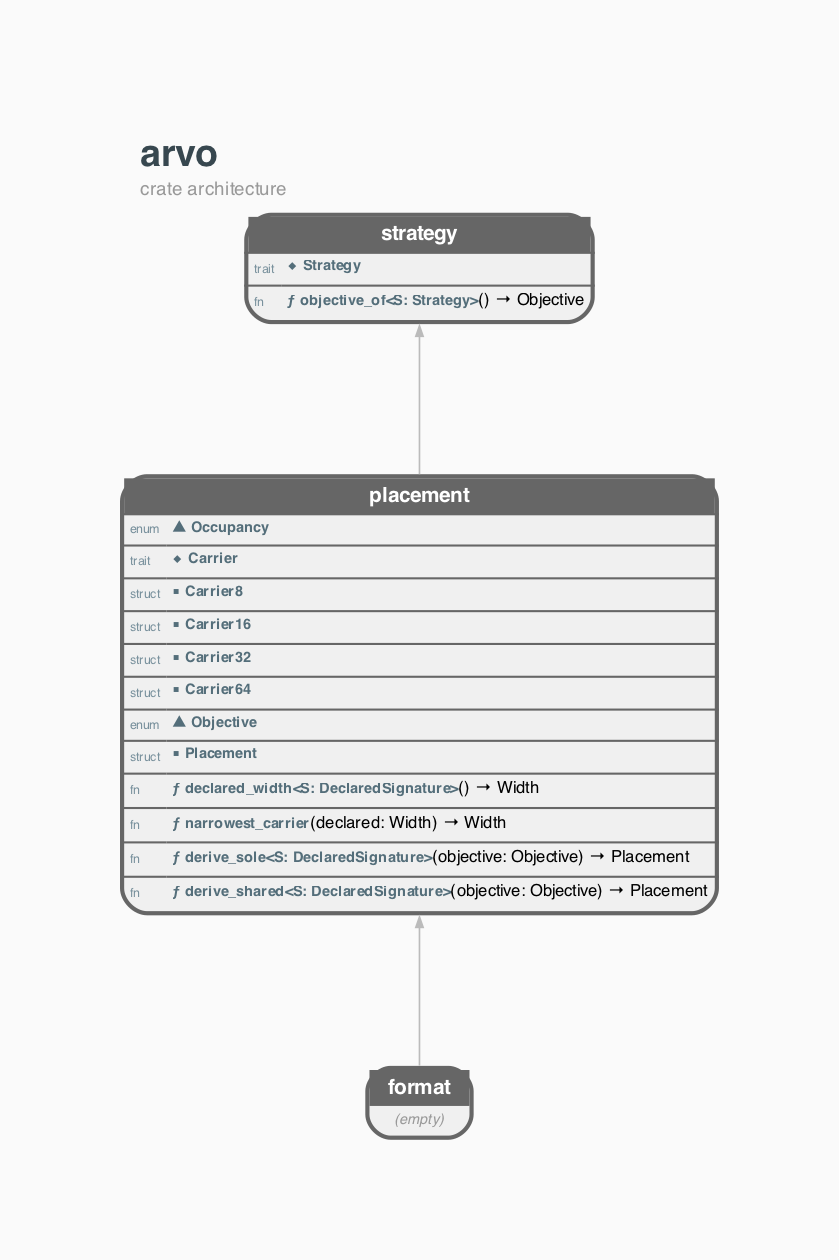
Earlier version of the Graphviz export docs/STRUCTURE.GRAPH.png (orgrinrt/arvo). Its source is kept beside it as docs/STRUCTURE.GRAPH.dot.
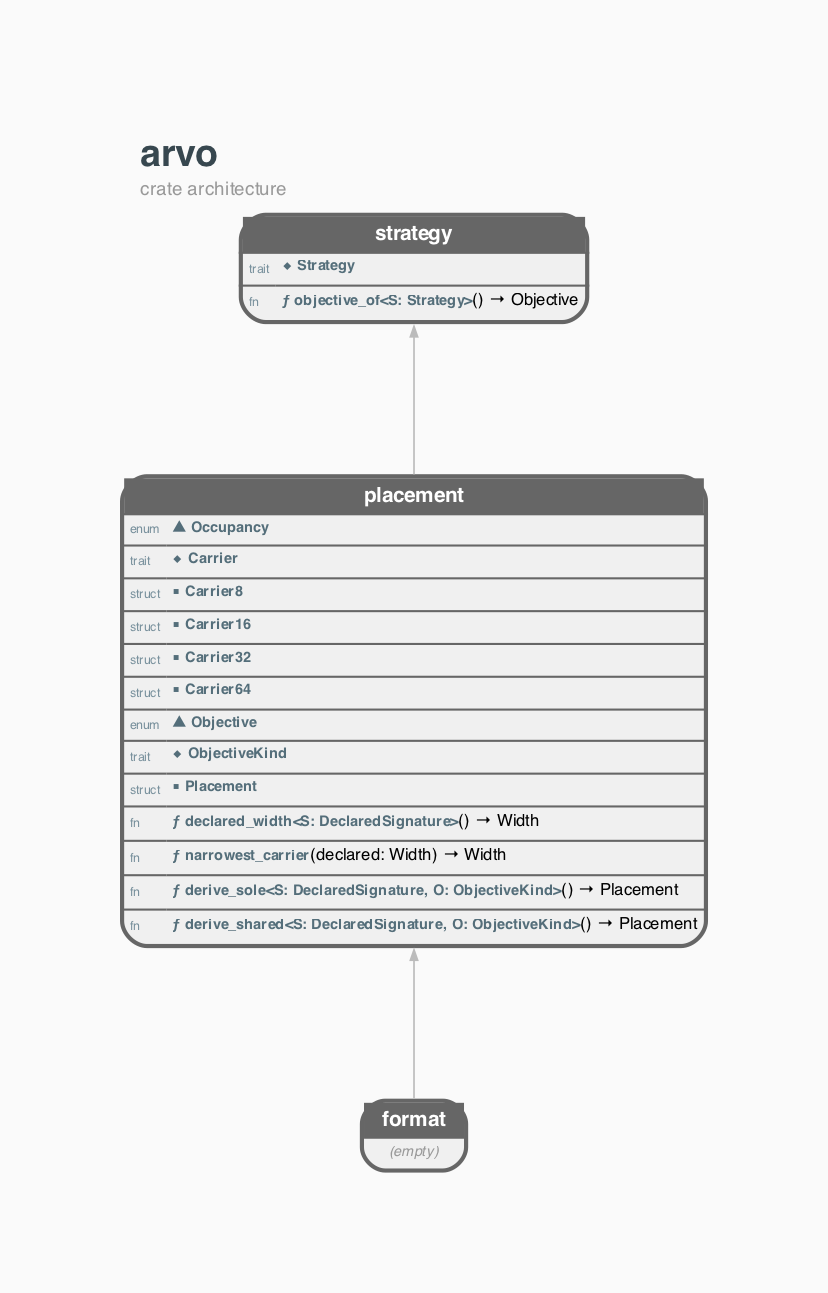
Later version of the same file.

What changed in the source:
```diff
@@ -12,7 +12,7 @@
     label=<<TABLE BORDER="0" CELLBORDER="0" CELLSPACING="0"><TR><TD ALIGN="LEFT"><FONT POINT-SIZE="18" COLOR="#37474F"><B>arvo</B></FONT></TD></TR><TR><TD ALIGN="LEFT"><FONT POINT-SIZE="9" COLOR="#999999">crate architecture</FONT></TD></TR></TABLE>>;
 
     arvo_format [shape=none, margin=0, label=<<TABLE BORDER="2" CELLBORDER="0" CELLSPACING="0" CELLPADDING="3" BGCOLOR="#F0F0F0" COLOR="#666666" STYLE="ROUNDED"><TR><TD COLSPAN="2" BGCOLOR="#666666" ALIGN="CENTER"><FONT COLOR="white" POINT-SIZE="10"><B>  format  </B></FONT></TD></TR><TR><TD COLSPAN="2"><FONT COLOR="#999999" POINT-SIZE="7"><I>(empty)</I></FONT></TD></TR></TABLE>>];
-    arvo_placement [shape=none, margin=0, label=<<TABLE BORDER="2" CELLBORDER="0" CELLSPACING="0" CELLPADDING="3" BGCOLOR="#F0F0F0" COLOR="#666666" STYLE="ROUNDED"><TR><TD COLSPAN="2" BGCOLOR="#666666" ALIGN="CENTER"><FONT COLOR="white" POINT-SIZE="10"><B>  placement  </B></FONT></TD></TR><HR/><TR><TD ALIGN="LEFT"><FONT COLOR="#78909C" POINT-SIZE="6">enum</FONT></TD><TD ALIGN="LEFT" PORT="p_Occupancy"><FONT COLOR="#546E7A" POINT-SIZE="7"><B>▲ Occupancy</B></FONT></TD></TR><HR/><TR><TD ALIGN="LEFT"><FONT COLOR="#78909C" POINT-SIZE="6">trait</FONT></TD><TD ALIGN="LEFT" PORT="p_Carrier"><FONT COLOR="#546E7A" POINT-SIZE="7"><B>◆ Carrier</B></FONT></TD></TR><HR/><TR><TD ALIGN="LEFT"><FONT COLOR="#78909C" POINT-SIZE="6">struct</FONT></TD><TD ALIGN="LEFT" PORT="p_Carrier8"><FONT COLOR="#546E7A" POINT-SIZE="7"><B>■ Carrier8</B></FONT></TD></TR><HR/><TR><TD ALIGN="LEFT"><FONT COLOR="#78909C" POINT-SIZE="6">struct</FONT></TD><TD ALIGN="LEFT" PORT="p_Carrier16"><FONT COLOR="#546E7A" POINT-SIZE="7"><B>■ Carrier16</B></FONT></TD></TR><HR/><TR><TD ALIGN="LEFT"><FONT COLOR="#78909C" POINT-SIZE="6">struct</FONT></TD><TD ALIGN="LEFT" PORT="p_Carrier32"><FONT COLOR="#546E7A" POINT-SIZE="7"><B>■ Carrier32</B></FONT></TD></TR><HR/><TR><TD ALIGN="LEFT"><FONT COLOR="#78909C" POINT-SIZE="6">struct</FONT></TD><TD ALIGN="LEFT" PORT="p_Carrier64"><FONT COLOR="#546E7A" POINT-SIZE="7"><B>■ Carrier64</B></FONT></TD></TR><HR/><TR><TD ALIGN="LEFT"><FONT COLOR="#78909C" POINT-SIZE="6">enum</FONT></TD><TD ALIGN="LEFT" PORT="p_Objective"><FONT COLOR="#546E7A" POINT-SIZE="7"><B>▲ Objective</B></FONT></TD></TR><HR/><TR><TD ALIGN="LEFT"><FONT COLOR="#78909C" POINT-SIZE="6">struct</FONT></TD><TD ALIGN="LEFT" PORT="p_Placement"><FONT COLOR="#546E7A" POINT-SIZE="7"><B>■ Placement</B></FONT></TD></TR><HR/><TR><TD ALIGN="LEFT"><FONT COLOR="#78909C" POINT-SIZE="6">fn</FONT></TD><TD ALIGN="LEFT" PORT="p_declared_width"><FONT COLOR="#546E7A" POINT-SIZE="7"><B>ƒ declared_width&lt;S: DeclaredSignature&gt;</B></FONT>() → Width</TD></TR><HR/><TR><TD ALIGN="LEFT"><FONT COLOR="#78909C" POINT-SIZE="6">fn</FONT></TD><TD ALIGN="LEFT" PORT="p_narrowest_carrier"><FONT COLOR="#546E7A" POINT-SIZE="7"><B>ƒ narrowest_carrier</B></FONT>(declared: Width) → Width</TD></TR><HR/><TR><TD ALIGN="LEFT"><FONT COLOR="#78909C" POINT-SIZE="6">fn</FONT></TD><TD ALIGN="LEFT" PORT="p_derive_sole"><FONT COLOR="#546E7A" POINT-SIZE="7"><B>ƒ derive_sole&lt;S: DeclaredSignature&gt;</B></FONT>(objective: Objective) → Placement</TD></TR><HR/><TR><TD ALIGN="LEFT"><FONT COLOR="#78909C" POINT-SIZE="6">fn</FONT></TD><TD ALIGN="LEFT" PORT="p_derive_shared"><FONT COLOR="#546E7A" POINT-SIZE="7"><B>ƒ derive_shared&lt;S: DeclaredSignature&gt;</B></FONT>(objective: Objective) → Placement</TD></TR></TABLE>>];
+    arvo_placement [shape=none, margin=0, label=<<TABLE BORDER="2" CELLBORDER="0" CELLSPACING="0" CELLPADDING="3" BGCOLOR="#F0F0F0" COLOR="#666666" STYLE="ROUNDED"><TR><TD COLSPAN="2" BGCOLOR="#666666" ALIGN="CENTER"><FONT COLOR="white" POINT-SIZE="10"><B>  placement  </B></FONT></TD></TR><HR/><TR><TD ALIGN="LEFT"><FONT COLOR="#78909C" POINT-SIZE="6">enum</FONT></TD><TD ALIGN="LEFT" PORT="p_Occupancy"><FONT COLOR="#546E7A" POINT-SIZE="7"><B>▲ Occupancy</B></FONT></TD></TR><HR/><TR><TD ALIGN="LEFT"><FONT COLOR="#78909C" POINT-SIZE="6">trait</FONT></TD><TD ALIGN="LEFT" PORT="p_Carrier"><FONT COLOR="#546E7A" POINT-SIZE="7"><B>◆ Carrier</B></FONT></TD></TR><HR/><TR><TD ALIGN="LEFT"><FONT COLOR="#78909C" POINT-SIZE="6">struct</FONT></TD><TD ALIGN="LEFT" PORT="p_Carrier8"><FONT COLOR="#546E7A" POINT-SIZE="7"><B>■ Carrier8</B></FONT></TD></TR><HR/><TR><TD ALIGN="LEFT"><FONT COLOR="#78909C" POINT-SIZE="6">struct</FONT></TD><TD ALIGN="LEFT" PORT="p_Carrier16"><FONT COLOR="#546E7A" POINT-SIZE="7"><B>■ Carrier16</B></FONT></TD></TR><HR/><TR><TD ALIGN="LEFT"><FONT COLOR="#78909C" POINT-SIZE="6">struct</FONT></TD><TD ALIGN="LEFT" PORT="p_Carrier32"><FONT COLOR="#546E7A" POINT-SIZE="7"><B>■ Carrier32</B></FONT></TD></TR><HR/><TR><TD ALIGN="LEFT"><FONT COLOR="#78909C" POINT-SIZE="6">struct</FONT></TD><TD ALIGN="LEFT" PORT="p_Carrier64"><FONT COLOR="#546E7A" POINT-SIZE="7"><B>■ Carrier64</B></FONT></TD></TR><HR/><TR><TD ALIGN="LEFT"><FONT COLOR="#78909C" POINT-SIZE="6">enum</FONT></TD><TD ALIGN="LEFT" PORT="p_Objective"><FONT COLOR="#546E7A" POINT-SIZE="7"><B>▲ Objective</B></FONT></TD></TR><HR/><TR><TD ALIGN="LEFT"><FONT COLOR="#78909C" POINT-SIZE="6">trait</FONT></TD><TD ALIGN="LEFT" PORT="p_ObjectiveKind"><FONT COLOR="#546E7A" POINT-SIZE="7"><B>◆ ObjectiveKind</B></FONT></TD></TR><HR/><TR><TD ALIGN="LEFT"><FONT COLOR="#78909C" POINT-SIZE="6">struct</FONT></TD><TD ALIGN="LEFT" PORT="p_Placement"><FONT COLOR="#546E7A" POINT-SIZE="7"><B>■ Placement</B></FONT></TD></TR><HR/><TR><TD ALIGN="LEFT"><FONT COLOR="#78909C" POINT-SIZE="6">fn</FONT></TD><TD ALIGN="LEFT" PORT="p_declared_width"><FONT COLOR="#546E7A" POINT-SIZE="7"><B>ƒ declared_width&lt;S: DeclaredSignature&gt;</B></FONT>() → Width</TD></TR><HR/><TR><TD ALIGN="LEFT"><FONT COLOR="#78909C" POINT-SIZE="6">fn</FONT></TD><TD ALIGN="LEFT" PORT="p_narrowest_carrier"><FONT COLOR="#546E7A" POINT-SIZE="7"><B>ƒ narrowest_carrier</B></FONT>(declared: Width) → Width</TD></TR><HR/><TR><TD ALIGN="LEFT"><FONT COLOR="#78909C" POINT-SIZE="6">fn</FONT></TD><TD ALIGN="LEFT" PORT="p_derive_sole"><FONT COLOR="#546E7A" POINT-SIZE="7"><B>ƒ derive_sole&lt;S: DeclaredSignature, O: ObjectiveKind&gt;</B></FONT>() → Placement</TD></TR><HR/><TR><TD ALIGN="LEFT"><FONT COLOR="#78909C" POINT-SIZE="6">fn</FONT></TD><TD ALIGN="LEFT" PORT="p_derive_shared"><FONT COLOR="#546E7A" POINT-SIZE="7"><B>ƒ derive_shared&lt;S: DeclaredSignature, O: ObjectiveKind&gt;</B></FONT>() → Placement</TD></TR></TABLE>>];
     arvo_strategy [shape=none, margin=0, label=<<TABLE BORDER="2" CELLBORDER="0" CELLSPACING="0" CELLPADDING="3" BGCOLOR="#F0F0F0" COLOR="#666666" STYLE="ROUNDED"><TR><TD COLSPAN="2" BGCOLOR="#666666" ALIGN="CENTER"><FONT COLOR="white" POINT-SIZE="10"><B>  strategy  </B></FONT></TD></TR><HR/><TR><TD ALIGN="LEFT"><FONT COLOR="#78909C" POINT-SIZE="6">trait</FONT></TD><TD ALIGN="LEFT" PORT="p_Strategy"><FONT COLOR="#546E7A" POINT-SIZE="7"><B>◆ Strategy</B></FONT></TD></TR><HR/><TR><TD ALIGN="LEFT"><FONT COLOR="#78909C" POINT-SIZE="6">fn</FONT></TD><TD ALIGN="LEFT" PORT="p_objective_of"><FONT COLOR="#546E7A" POINT-SIZE="7"><B>ƒ objective_of&lt;S: Strategy&gt;</B></FONT>() → Objective</TD></TR></TABLE>>];
 
     { rank=same; arvo_format; } // depth 0
```
